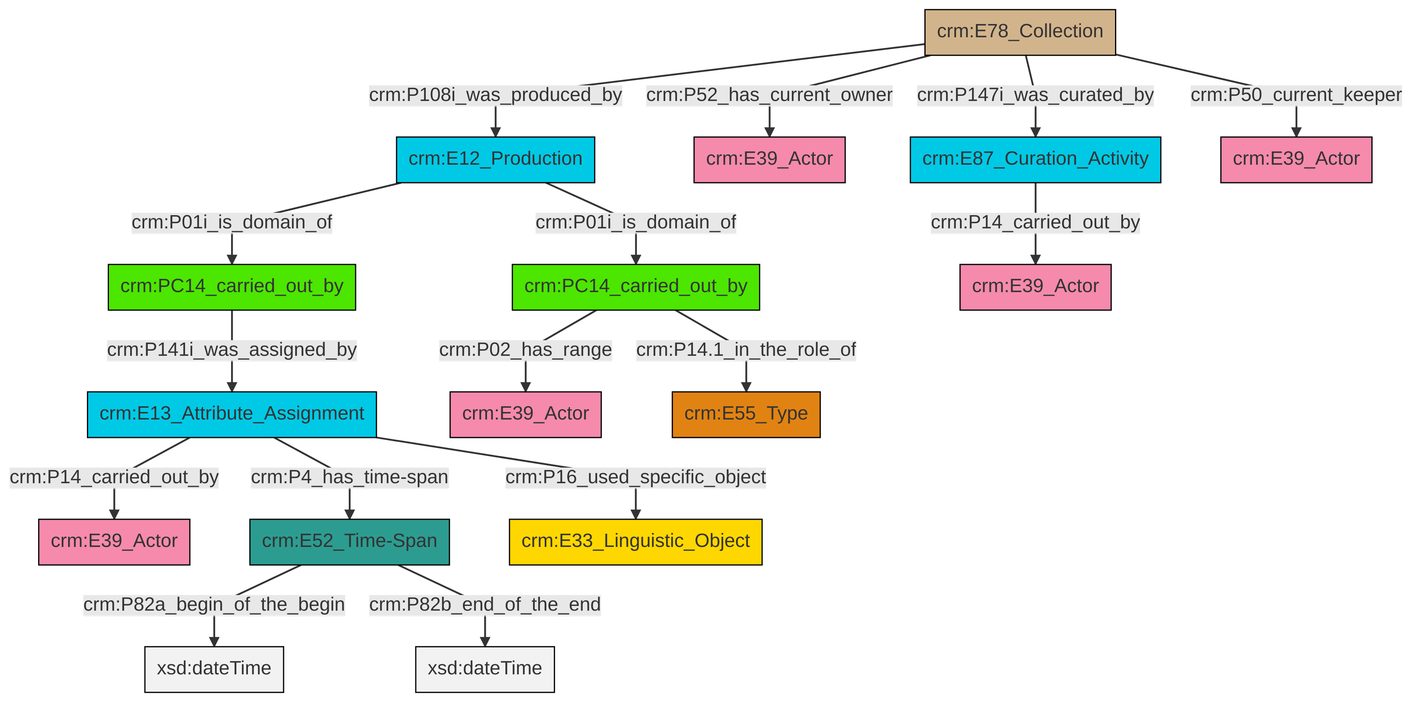
Before: et/archivalCSV/ttl/mmd/png/archival_relation.png, a diagram exported from Mermaid (swiss-art-research-net/docs.swissartresearch). Its source is kept beside it as et/archivalCSV/ttl/mmd/archival_relation.ttl.mmd. Source of this version:
```mermaid
graph TD
classDef Literal fill:#f2f2f2,stroke:#000000;
classDef CRM_Entity fill:#FFFFFF,stroke:#000000;
classDef Temporal_Entity fill:#00C9E6, stroke:#000000;
classDef Type fill:#E18312, stroke:#000000;
classDef Time-Span fill:#2C9C91, stroke:#000000;
classDef Appellation fill:#FFEB7F, stroke:#000000;
classDef Place fill:#008836, stroke:#000000;
classDef Persistent_Item fill:#B266B2, stroke:#000000;
classDef Conceptual_Object fill:#FFD700, stroke:#000000;
classDef Physical_Thing fill:#D2B48C, stroke:#000000;
classDef Actor fill:#f58aad, stroke:#000000;
classDef PC_Classes fill:#4ce600, stroke:#000000;
classDef Multi fill:#cccccc,stroke:#000000;

2["crm:E13_Attribute_Assignment"]:::Temporal_Entity -->|crm:P14_carried_out_by| 3["crm:E39_Actor"]:::Actor
6["crm:PC14_carried_out_by"]:::PC_Classes -->|crm:P02_has_range| 4["crm:E39_Actor"]:::Actor
2["crm:E13_Attribute_Assignment"]:::Temporal_Entity -->|crm:P16_used_specific_object| 11["crm:E33_Linguistic_Object"]:::Conceptual_Object
14["crm:E78_Collection"]:::Physical_Thing -->|crm:P108i_was_produced_by| 15["crm:E12_Production"]:::Temporal_Entity
15["crm:E12_Production"]:::Temporal_Entity -->|crm:P01i_is_domain_of| 17["crm:PC14_carried_out_by"]:::PC_Classes
2["crm:E13_Attribute_Assignment"]:::Temporal_Entity -->|crm:P4_has_time-span| 8["crm:E52_Time-Span"]:::Time-Span
14["crm:E78_Collection"]:::Physical_Thing -->|crm:P52_has_current_owner| 12["crm:E39_Actor"]:::Actor
14["crm:E78_Collection"]:::Physical_Thing -->|crm:P147i_was_curated_by| 0["crm:E87_Curation_Activity"]:::Temporal_Entity
6["crm:PC14_carried_out_by"]:::PC_Classes -->|crm:P14.1_in_the_role_of| 20["crm:E55_Type"]:::Type
17["crm:PC14_carried_out_by"]:::PC_Classes -->|crm:P141i_was_assigned_by| 2["crm:E13_Attribute_Assignment"]:::Temporal_Entity
8["crm:E52_Time-Span"]:::Time-Span -->|crm:P82a_begin_of_the_begin| 25[xsd:dateTime]:::Literal
0["crm:E87_Curation_Activity"]:::Temporal_Entity -->|crm:P14_carried_out_by| 23["crm:E39_Actor"]:::Actor
14["crm:E78_Collection"]:::Physical_Thing -->|crm:P50_current_keeper| 21["crm:E39_Actor"]:::Actor
8["crm:E52_Time-Span"]:::Time-Span -->|crm:P82b_end_of_the_end| 29[xsd:dateTime]:::Literal
15["crm:E12_Production"]:::Temporal_Entity -->|crm:P01i_is_domain_of| 6["crm:PC14_carried_out_by"]:::PC_Classes
```
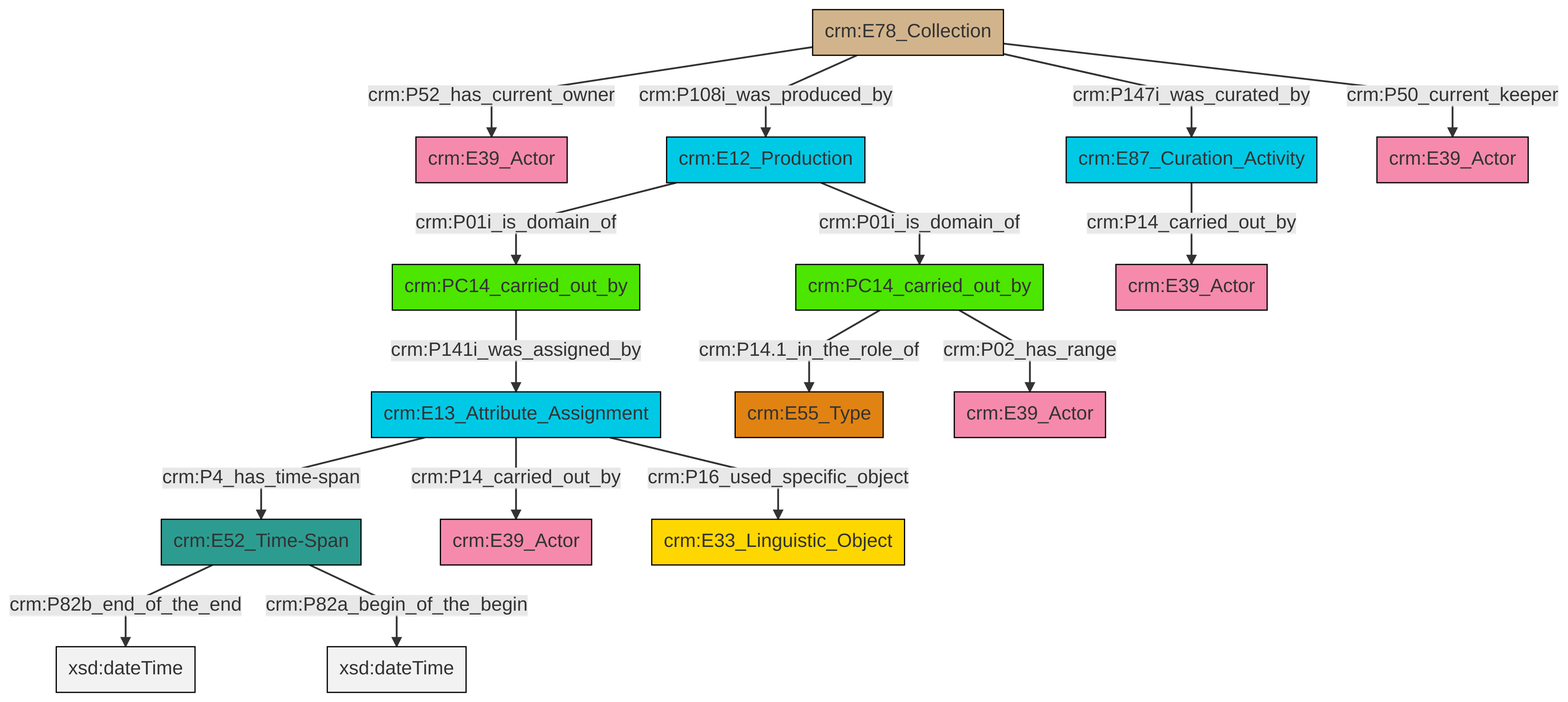
The same file after the commit.

Diff of the diagram source:
```diff
@@ -13,18 +13,18 @@
 classDef PC_Classes fill:#4ce600, stroke:#000000;
 classDef Multi fill:#cccccc,stroke:#000000;
 
-2["crm:E13_Attribute_Assignment"]:::Temporal_Entity -->|crm:P14_carried_out_by| 3["crm:E39_Actor"]:::Actor
-6["crm:PC14_carried_out_by"]:::PC_Classes -->|crm:P02_has_range| 4["crm:E39_Actor"]:::Actor
-2["crm:E13_Attribute_Assignment"]:::Temporal_Entity -->|crm:P16_used_specific_object| 11["crm:E33_Linguistic_Object"]:::Conceptual_Object
-14["crm:E78_Collection"]:::Physical_Thing -->|crm:P108i_was_produced_by| 15["crm:E12_Production"]:::Temporal_Entity
-15["crm:E12_Production"]:::Temporal_Entity -->|crm:P01i_is_domain_of| 17["crm:PC14_carried_out_by"]:::PC_Classes
-2["crm:E13_Attribute_Assignment"]:::Temporal_Entity -->|crm:P4_has_time-span| 8["crm:E52_Time-Span"]:::Time-Span
-14["crm:E78_Collection"]:::Physical_Thing -->|crm:P52_has_current_owner| 12["crm:E39_Actor"]:::Actor
-14["crm:E78_Collection"]:::Physical_Thing -->|crm:P147i_was_curated_by| 0["crm:E87_Curation_Activity"]:::Temporal_Entity
-6["crm:PC14_carried_out_by"]:::PC_Classes -->|crm:P14.1_in_the_role_of| 20["crm:E55_Type"]:::Type
-17["crm:PC14_carried_out_by"]:::PC_Classes -->|crm:P141i_was_assigned_by| 2["crm:E13_Attribute_Assignment"]:::Temporal_Entity
-8["crm:E52_Time-Span"]:::Time-Span -->|crm:P82a_begin_of_the_begin| 25[xsd:dateTime]:::Literal
-0["crm:E87_Curation_Activity"]:::Temporal_Entity -->|crm:P14_carried_out_by| 23["crm:E39_Actor"]:::Actor
-14["crm:E78_Collection"]:::Physical_Thing -->|crm:P50_current_keeper| 21["crm:E39_Actor"]:::Actor
-8["crm:E52_Time-Span"]:::Time-Span -->|crm:P82b_end_of_the_end| 29[xsd:dateTime]:::Literal
-15["crm:E12_Production"]:::Temporal_Entity -->|crm:P01i_is_domain_of| 6["crm:PC14_carried_out_by"]:::PC_Classes
+4["crm:E78_Collection"]:::Physical_Thing -->|crm:P52_has_current_owner| 5["crm:E39_Actor"]:::Actor
+8["crm:E13_Attribute_Assignment"]:::Temporal_Entity -->|crm:P14_carried_out_by| 9["crm:E39_Actor"]:::Actor
+2["crm:E52_Time-Span"]:::Time-Span -->|crm:P82b_end_of_the_end| 10[xsd:dateTime]:::Literal
+0["crm:PC14_carried_out_by"]:::PC_Classes -->|crm:P14.1_in_the_role_of| 12["crm:E55_Type"]:::Type
+13["crm:PC14_carried_out_by"]:::PC_Classes -->|crm:P141i_was_assigned_by| 8["crm:E13_Attribute_Assignment"]:::Temporal_Entity
+8["crm:E13_Attribute_Assignment"]:::Temporal_Entity -->|crm:P16_used_specific_object| 17["crm:E33_Linguistic_Object"]:::Conceptual_Object
+14["crm:E12_Production"]:::Temporal_Entity -->|crm:P01i_is_domain_of| 0["crm:PC14_carried_out_by"]:::PC_Classes
+8["crm:E13_Attribute_Assignment"]:::Temporal_Entity -->|crm:P4_has_time-span| 2["crm:E52_Time-Span"]:::Time-Span
+4["crm:E78_Collection"]:::Physical_Thing -->|crm:P50_current_keeper| 18["crm:E39_Actor"]:::Actor
+0["crm:PC14_carried_out_by"]:::PC_Classes -->|crm:P02_has_range| 21["crm:E39_Actor"]:::Actor
+14["crm:E12_Production"]:::Temporal_Entity -->|crm:P01i_is_domain_of| 13["crm:PC14_carried_out_by"]:::PC_Classes
+4["crm:E78_Collection"]:::Physical_Thing -->|crm:P147i_was_curated_by| 6["crm:E87_Curation_Activity"]:::Temporal_Entity
+2["crm:E52_Time-Span"]:::Time-Span -->|crm:P82a_begin_of_the_begin| 26[xsd:dateTime]:::Literal
+6["crm:E87_Curation_Activity"]:::Temporal_Entity -->|crm:P14_carried_out_by| 27["crm:E39_Actor"]:::Actor
+4["crm:E78_Collection"]:::Physical_Thing -->|crm:P108i_was_produced_by| 14["crm:E12_Production"]:::Temporal_Entity
```
